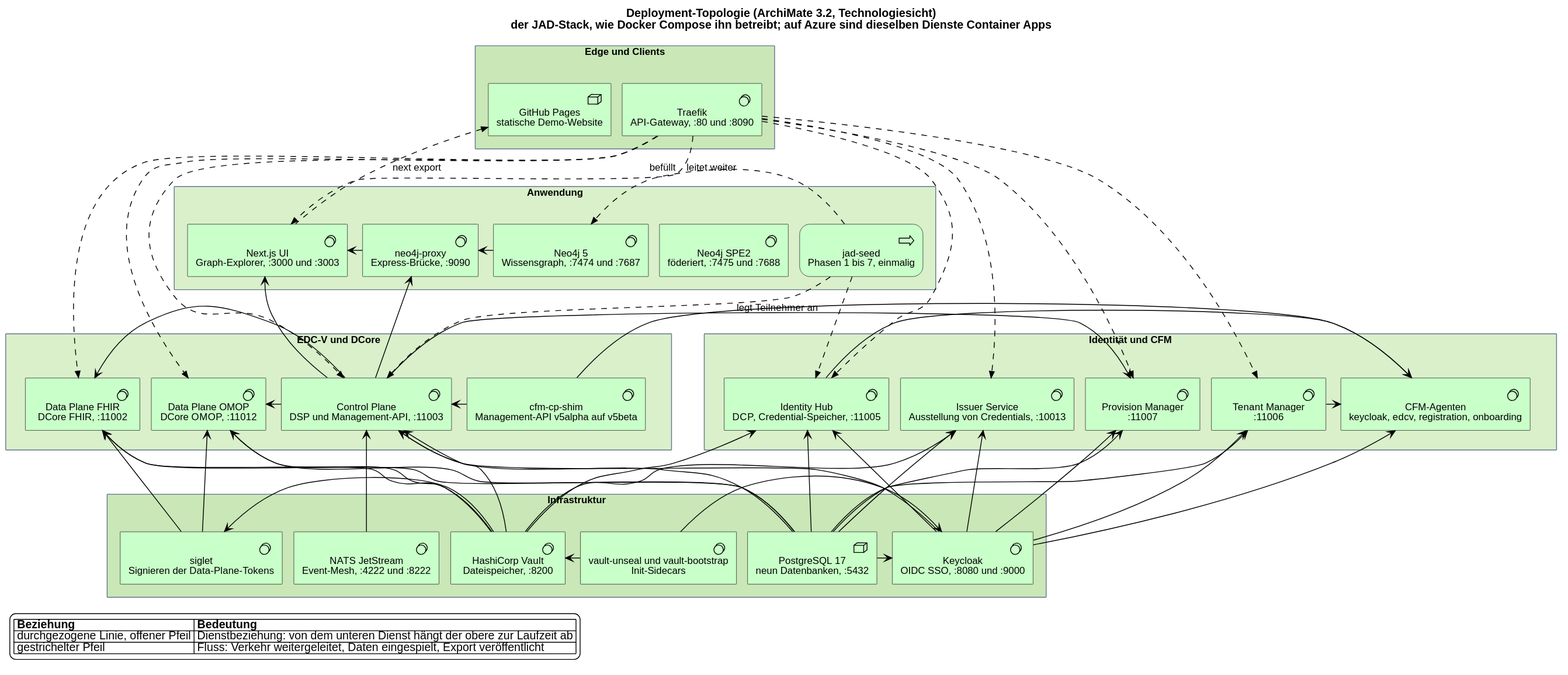
Above: ui/public/published-docs/deployment.de.svg in ma3u/MinimumViableHealthDataspacev2 (PlantUML), before the change. Its diagram source:
```plantuml
@startuml
!include <archimate/Archimate>
title Deployment-Topologie (ArchiMate 3.2, Technologiesicht)\nder JAD-Stack, wie Docker Compose ihn betreibt; auf Azure sind dieselben Dienste Container Apps
skinparam defaultFontName Helvetica
skinparam shadowing false
skinparam nodesep 14
skinparam ranksep 46
skinparam rectangle {
  BorderColor #64748B
  FontStyle bold
}

rectangle "Edge und Clients" as EDGE #C9E7B7 {
  Technology_SystemSoftware(tfk, "Traefik\nAPI-Gateway, :80 und :8090")
  Technology_Node(ghp, "GitHub Pages\nstatische Demo-Website")
}
rectangle "Anwendung" as APP #D9F0CB {
  Technology_SystemSoftware(ui, "Next.js UI\nGraph-Explorer, :3000 und :3003")
  Technology_SystemSoftware(proxy, "neo4j-proxy\nExpress-Brücke, :9090")
  Technology_SystemSoftware(neo4j, "Neo4j 5\nWissensgraph, :7474 und :7687")
  Technology_SystemSoftware(neo4j2, "Neo4j SPE2\nföderiert, :7475 und :7688")
  Technology_Process(seed, "jad-seed\nPhasen 1 bis 7, einmalig")
}
rectangle "EDC-V und DCore" as EDC #D9F0CB {
  Technology_SystemSoftware(cp, "Control Plane\nDSP und Management-API, :11003")
  Technology_SystemSoftware(dpf, "Data Plane FHIR\nDCore FHIR, :11002")
  Technology_SystemSoftware(dpo, "Data Plane OMOP\nDCore OMOP, :11012")
  Technology_SystemSoftware(shim, "cfm-cp-shim\nManagement-API v5alpha auf v5beta")
}
rectangle "Identität und CFM" as IDM #D9F0CB {
  Technology_SystemSoftware(ih, "Identity Hub\nDCP, Credential-Speicher, :11005")
  Technology_SystemSoftware(is, "Issuer Service\nAusstellung von Credentials, :10013")
  Technology_SystemSoftware(tm, "Tenant Manager\n:11006")
  Technology_SystemSoftware(pm, "Provision Manager\n:11007")
  Technology_SystemSoftware(agents, "CFM-Agenten\nkeycloak, edcv, registration, onboarding")
}
rectangle "Infrastruktur" as INFRA #C9E7B7 {
  Technology_SystemSoftware(kc, "Keycloak\nOIDC SSO, :8080 und :9000")
  Technology_Node(pg, "PostgreSQL 17\nneun Datenbanken, :5432")
  Technology_SystemSoftware(vault, "HashiCorp Vault\nDateispeicher, :8200")
  Technology_SystemSoftware(vu, "vault-unseal und vault-bootstrap\nInit-Sidecars")
  Technology_SystemSoftware(sig, "siglet\nSignieren der Data-Plane-Tokens")
  Technology_SystemSoftware(nats, "NATS JetStream\nEvent-Mesh, :4222 und :8222")
}

Rel_Flow(tfk, ui, "leitet weiter")
Rel_Flow(tfk, cp, " ")
Rel_Flow(tfk, dpf, " ")
Rel_Flow(tfk, dpo, " ")
Rel_Flow(tfk, ih, " ")
Rel_Flow(tfk, is, " ")
Rel_Flow(tfk, tm, " ")
Rel_Flow(tfk, pm, " ")
Rel_Flow_Up(ui, ghp, "next export")

Rel_Serving_Right(proxy, ui)
Rel_Serving_Up(cp, ui)
Rel_Serving_Up(cp, proxy)
Rel_Serving_Right(neo4j, proxy)
Rel_Flow_Right(seed, neo4j, "befüllt")
Rel_Flow(seed, cp, "legt Teilnehmer an")
Rel_Flow(seed, ih, " ")

Rel_Serving_Up(pg, cp)
Rel_Serving_Up(vault, cp)
Rel_Serving_Up(nats, cp)
Rel_Serving_Up(kc, cp)
Rel_Serving_Left(cp, dpf)
Rel_Serving_Left(cp, dpo)
Rel_Serving_Up(pg, dpf)
Rel_Serving_Up(vault, dpf)
Rel_Serving_Up(pg, dpo)
Rel_Serving_Up(vault, dpo)
Rel_Serving_Up(sig, dpf)
Rel_Serving_Up(sig, dpo)
Rel_Serving_Left(shim, cp)

Rel_Serving_Up(pg, ih)
Rel_Serving_Up(vault, ih)
Rel_Serving_Up(kc, ih)
Rel_Serving_Up(pg, is)
Rel_Serving_Up(vault, is)
Rel_Serving_Up(kc, is)
Rel_Serving_Up(pg, tm)
Rel_Serving_Up(kc, tm)
Rel_Serving_Up(pg, pm)
Rel_Serving_Up(kc, pm)
Rel_Serving_Up(cp, pm)
Rel_Serving_Up(kc, agents)
Rel_Serving_Up(shim, agents)
Rel_Serving_Right(ih, agents)
Rel_Serving_Right(tm, agents)

Rel_Serving_Right(pg, kc)
Rel_Serving_Right(vu, vault)
Rel_Serving_Right(vu, kc)
Rel_Serving_Right(vault, sig)

tfk -[hidden]right- ghp
ui -[hidden]right- proxy
proxy -[hidden]right- neo4j
neo4j -[hidden]right- neo4j2
neo4j2 -[hidden]right- seed
cp -[hidden]right- dpf
dpf -[hidden]right- dpo
dpo -[hidden]right- shim
ih -[hidden]right- is
is -[hidden]right- tm
tm -[hidden]right- pm
pm -[hidden]right- agents
kc -[hidden]right- pg
pg -[hidden]right- vault
vault -[hidden]right- vu
vu -[hidden]right- sig
sig -[hidden]right- nats
EDC -[hidden]right- IDM

legend bottom left
|= Beziehung |= Bedeutung |
| durchgezogene Linie, offener Pfeil | Dienstbeziehung: von dem unteren Dienst hängt der obere zur Laufzeit ab |
| gestrichelter Pfeil | Fluss: Verkehr weitergeleitet, Daten eingespielt, Export veröffentlicht |
endlegend
@enduml
```
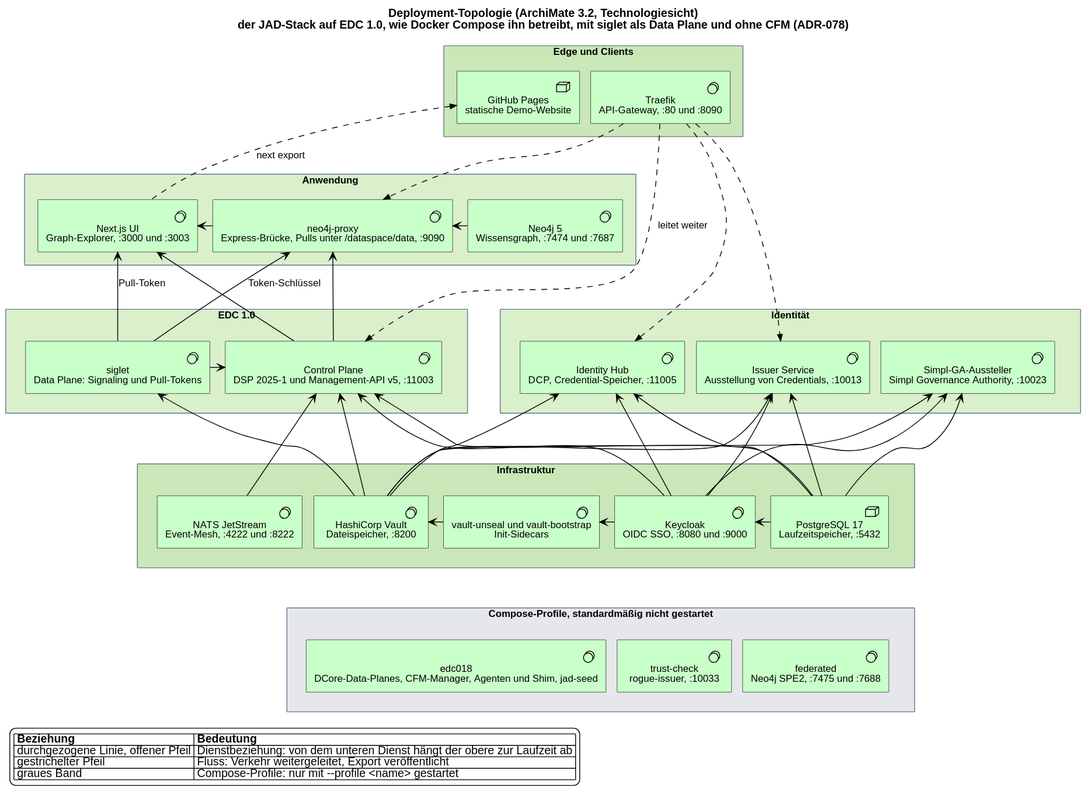
After the change.

Diff of the diagram source:
```diff
@@ -1,6 +1,6 @@
 @startuml
 !include <archimate/Archimate>
-title Deployment-Topologie (ArchiMate 3.2, Technologiesicht)\nder JAD-Stack, wie Docker Compose ihn betreibt; auf Azure sind dieselben Dienste Container Apps
+title Deployment-Topologie (ArchiMate 3.2, Technologiesicht)\nder JAD-Stack auf EDC 1.0, wie Docker Compose ihn betreibt, mit siglet als Data Plane und ohne CFM (ADR-078)
 skinparam defaultFontName Helvetica
 skinparam shadowing false
 skinparam nodesep 14
@@ -16,64 +16,50 @@
 }
 rectangle "Anwendung" as APP #D9F0CB {
   Technology_SystemSoftware(ui, "Next.js UI\nGraph-Explorer, :3000 und :3003")
-  Technology_SystemSoftware(proxy, "neo4j-proxy\nExpress-Brücke, :9090")
+  Technology_SystemSoftware(proxy, "neo4j-proxy\nExpress-Brücke, Pulls unter /dataspace/data, :9090")
   Technology_SystemSoftware(neo4j, "Neo4j 5\nWissensgraph, :7474 und :7687")
-  Technology_SystemSoftware(neo4j2, "Neo4j SPE2\nföderiert, :7475 und :7688")
-  Technology_Process(seed, "jad-seed\nPhasen 1 bis 7, einmalig")
 }
-rectangle "EDC-V und DCore" as EDC #D9F0CB {
-  Technology_SystemSoftware(cp, "Control Plane\nDSP und Management-API, :11003")
-  Technology_SystemSoftware(dpf, "Data Plane FHIR\nDCore FHIR, :11002")
-  Technology_SystemSoftware(dpo, "Data Plane OMOP\nDCore OMOP, :11012")
-  Technology_SystemSoftware(shim, "cfm-cp-shim\nManagement-API v5alpha auf v5beta")
+rectangle "EDC 1.0" as EDC #D9F0CB {
+  Technology_SystemSoftware(cp, "Control Plane\nDSP 2025-1 und Management-API v5, :11003")
+  Technology_SystemSoftware(sig, "siglet\nData Plane: Signaling und Pull-Tokens")
 }
-rectangle "Identität und CFM" as IDM #D9F0CB {
+rectangle "Identität" as IDM #D9F0CB {
   Technology_SystemSoftware(ih, "Identity Hub\nDCP, Credential-Speicher, :11005")
   Technology_SystemSoftware(is, "Issuer Service\nAusstellung von Credentials, :10013")
-  Technology_SystemSoftware(tm, "Tenant Manager\n:11006")
-  Technology_SystemSoftware(pm, "Provision Manager\n:11007")
-  Technology_SystemSoftware(agents, "CFM-Agenten\nkeycloak, edcv, registration, onboarding")
+  Technology_SystemSoftware(sga, "Simpl-GA-Aussteller\nSimpl Governance Authority, :10023")
 }
 rectangle "Infrastruktur" as INFRA #C9E7B7 {
   Technology_SystemSoftware(kc, "Keycloak\nOIDC SSO, :8080 und :9000")
-  Technology_Node(pg, "PostgreSQL 17\nneun Datenbanken, :5432")
+  Technology_Node(pg, "PostgreSQL 17\nLaufzeitspeicher, :5432")
   Technology_SystemSoftware(vault, "HashiCorp Vault\nDateispeicher, :8200")
   Technology_SystemSoftware(vu, "vault-unseal und vault-bootstrap\nInit-Sidecars")
-  Technology_SystemSoftware(sig, "siglet\nSignieren der Data-Plane-Tokens")
   Technology_SystemSoftware(nats, "NATS JetStream\nEvent-Mesh, :4222 und :8222")
 }
+rectangle "Compose-Profile, standardmäßig nicht gestartet" as PROF #E5E7EB {
+  Technology_SystemSoftware(e018, "edc018\nDCore-Data-Planes, CFM-Manager, Agenten und Shim, jad-seed")
+  Technology_SystemSoftware(trust, "trust-check\nrogue-issuer, :10033")
+  Technology_SystemSoftware(fed, "federated\nNeo4j SPE2, :7475 und :7688")
+}
 
-Rel_Flow(tfk, ui, "leitet weiter")
-Rel_Flow(tfk, cp, " ")
-Rel_Flow(tfk, dpf, " ")
-Rel_Flow(tfk, dpo, " ")
+Rel_Flow(tfk, cp, "leitet weiter")
+Rel_Flow(tfk, proxy, " ")
 Rel_Flow(tfk, ih, " ")
 Rel_Flow(tfk, is, " ")
-Rel_Flow(tfk, tm, " ")
-Rel_Flow(tfk, pm, " ")
 Rel_Flow_Up(ui, ghp, "next export")
 
 Rel_Serving_Right(proxy, ui)
 Rel_Serving_Up(cp, ui)
 Rel_Serving_Up(cp, proxy)
 Rel_Serving_Right(neo4j, proxy)
-Rel_Flow_Right(seed, neo4j, "befüllt")
-Rel_Flow(seed, cp, "legt Teilnehmer an")
-Rel_Flow(seed, ih, " ")
+Rel_Serving_Up(sig, ui, "Pull-Token")
+Rel_Serving_Up(sig, proxy, "Token-Schlüssel")
 
 Rel_Serving_Up(pg, cp)
 Rel_Serving_Up(vault, cp)
 Rel_Serving_Up(nats, cp)
 Rel_Serving_Up(kc, cp)
-Rel_Serving_Left(cp, dpf)
-Rel_Serving_Left(cp, dpo)
-Rel_Serving_Up(pg, dpf)
-Rel_Serving_Up(vault, dpf)
-Rel_Serving_Up(pg, dpo)
-Rel_Serving_Up(vault, dpo)
-Rel_Serving_Up(sig, dpf)
-Rel_Serving_Up(sig, dpo)
-Rel_Serving_Left(shim, cp)
+Rel_Serving_Left(sig, cp)
+Rel_Serving_Up(vault, sig)
 
 Rel_Serving_Up(pg, ih)
 Rel_Serving_Up(vault, ih)
@@ -81,43 +67,33 @@
 Rel_Serving_Up(pg, is)
 Rel_Serving_Up(vault, is)
 Rel_Serving_Up(kc, is)
-Rel_Serving_Up(pg, tm)
-Rel_Serving_Up(kc, tm)
-Rel_Serving_Up(pg, pm)
-Rel_Serving_Up(kc, pm)
-Rel_Serving_Up(cp, pm)
-Rel_Serving_Up(kc, agents)
-Rel_Serving_Up(shim, agents)
-Rel_Serving_Right(ih, agents)
-Rel_Serving_Right(tm, agents)
+Rel_Serving_Up(pg, sga)
+Rel_Serving_Up(vault, sga)
+Rel_Serving_Up(kc, sga)
 
-Rel_Serving_Right(pg, kc)
-Rel_Serving_Right(vu, vault)
-Rel_Serving_Right(vu, kc)
-Rel_Serving_Right(vault, sig)
+Rel_Serving_Left(pg, kc)
+Rel_Serving_Left(kc, vu)
+Rel_Serving_Left(vu, vault)
 
 tfk -[hidden]right- ghp
 ui -[hidden]right- proxy
 proxy -[hidden]right- neo4j
-neo4j -[hidden]right- neo4j2
-neo4j2 -[hidden]right- seed
-cp -[hidden]right- dpf
-dpf -[hidden]right- dpo
-dpo -[hidden]right- shim
+cp -[hidden]right- sig
 ih -[hidden]right- is
-is -[hidden]right- tm
-tm -[hidden]right- pm
-pm -[hidden]right- agents
+is -[hidden]right- sga
+nats -[hidden]right- vault
+vault -[hidden]right- vu
+vu -[hidden]right- kc
 kc -[hidden]right- pg
-pg -[hidden]right- vault
-vault -[hidden]right- vu
-vu -[hidden]right- sig
-sig -[hidden]right- nats
 EDC -[hidden]right- IDM
+INFRA -[hidden]down- PROF
+e018 -[hidden]right- trust
+trust -[hidden]right- fed
 
 legend bottom left
 |= Beziehung |= Bedeutung |
 | durchgezogene Linie, offener Pfeil | Dienstbeziehung: von dem unteren Dienst hängt der obere zur Laufzeit ab |
-| gestrichelter Pfeil | Fluss: Verkehr weitergeleitet, Daten eingespielt, Export veröffentlicht |
+| gestrichelter Pfeil | Fluss: Verkehr weitergeleitet, Export veröffentlicht |
+| graues Band | Compose-Profile: nur mit --profile <name> gestartet |
 endlegend
 @enduml
```
